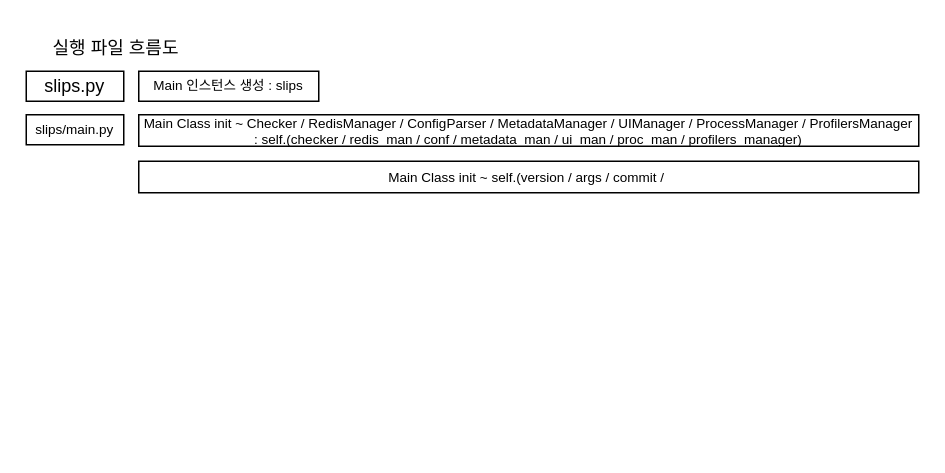
Before: Slips/slips.drawio in NeatyNut/Diagram, a draw.io diagram. Source tidied: cells renumbered, new cells numbered last; positions are measured from the earlier drawing's top-left corner, leaving out a move shared by most shapes. Both pictures are drawn from the tidied source at 150%, with x=0, y=0 at pixel (26, 26).
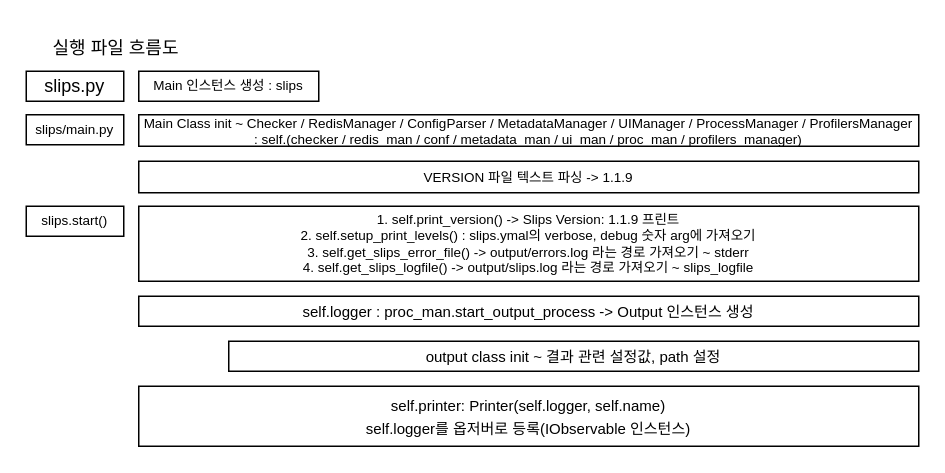
The same page after the edit.

Change to the diagram source:
```diff
@@
 <mxGraphModel>
   <root>
     <mxCell id="0" />
     <mxCell id="1" parent="0" />
     <mxCell id="2" value="실행 파일 흐름도" style="text;html=1;align=center;verticalAlign=middle;whiteSpace=wrap;rounded=0;" parent="1" vertex="1">
       <mxGeometry x="5" width="110" height="30" as="geometry" />
     </mxCell>
     <mxCell id="3" value="slips.py" style="rounded=0;html=1;whiteSpace=wrap;" parent="1" vertex="1">
       <mxGeometry y="30" width="65" height="20" as="geometry" />
     </mxCell>
     <mxCell id="4" value="slips/main.py" style="rounded=0;html=1;whiteSpace=wrap;fontSize=9;" parent="1" vertex="1">
       <mxGeometry y="59" width="65" height="20" as="geometry" />
     </mxCell>
     <mxCell id="5" value="Main 인스턴스 생성 : slips" style="rounded=0;html=1;whiteSpace=wrap;fontSize=9;" parent="1" vertex="1">
       <mxGeometry x="75" y="30" width="120" height="20" as="geometry" />
     </mxCell>
     <mxCell id="6" value="Main Class init ~ Checker / RedisManager / ConfigParser / MetadataManager / UIManager / ProcessManager / ProfilersManager&lt;div&gt;: self.(checker / redis_man / conf / metadata_man / ui_man / proc_man / profilers_manager)&lt;/div&gt;" style="rounded=0;html=1;whiteSpace=wrap;fontSize=9;" parent="1" vertex="1">
       <mxGeometry x="75" y="59" width="520" height="21" as="geometry" />
     </mxCell>
-    <mxCell id="7" value="Main Class init ~ self.(version / args / commit /&amp;nbsp;" style="rounded=0;html=1;whiteSpace=wrap;fontSize=9;" parent="1" vertex="1">
+    <mxCell id="7" value="VERSION 파일 텍스트 파싱 -&amp;gt; 1.1.9" style="rounded=0;html=1;whiteSpace=wrap;fontSize=9;" parent="1" vertex="1">
       <mxGeometry x="75" y="90" width="520" height="21" as="geometry" />
     </mxCell>
+    <mxCell id="8" value="&lt;div&gt;1. self.print_version() -&amp;gt;&amp;nbsp;&lt;span style=&quot;background-color: transparent; color: light-dark(rgb(0, 0, 0), rgb(255, 255, 255));&quot;&gt;Slips Version: 1.1.9 프린트&lt;/span&gt;&lt;/div&gt;&lt;div&gt;2. self.setup_print_levels() : slips.ymal의 verbose, debug 숫자 arg에 가져오기&lt;/div&gt;&lt;div&gt;3. self.get_slips_error_file() -&amp;gt; output/errors.log 라는 경로 가져오기 ~ stderr&lt;/div&gt;&lt;div&gt;4. self.get_slips_logfile() -&amp;gt; output/slips.log 라는 경로 가져오기 ~ slips_logfile&lt;/div&gt;" style="rounded=0;html=1;whiteSpace=wrap;fontSize=9;" parent="1" vertex="1">
+      <mxGeometry x="75" y="120" width="520" height="50" as="geometry" />
+    </mxCell>
+    <mxCell id="9" value="slips.start()" style="rounded=0;html=1;whiteSpace=wrap;fontSize=9;" parent="1" vertex="1">
+      <mxGeometry y="120" width="65" height="20" as="geometry" />
+    </mxCell>
+    <mxCell id="10" value="&lt;font size=&quot;1&quot;&gt;self.logger&amp;nbsp;: proc_man.start_output_process -&amp;gt; Output 인스턴스 생성&lt;/font&gt;" style="rounded=0;whiteSpace=wrap;html=1;" parent="1" vertex="1">
+      <mxGeometry x="75" y="180" width="520" height="20" as="geometry" />
+    </mxCell>
+    <mxCell id="11" value="&lt;font size=&quot;1&quot;&gt;output class init ~ 결과 관련 설정값, path 설정&lt;/font&gt;" style="rounded=0;whiteSpace=wrap;html=1;" parent="1" vertex="1">
+      <mxGeometry x="135" y="210" width="460" height="20" as="geometry" />
+    </mxCell>
+    <mxCell id="12" value="&lt;font size=&quot;1&quot;&gt;self.printer:&amp;nbsp;Printer(self.logger, self.name)&lt;/font&gt;&lt;div&gt;&lt;font size=&quot;1&quot;&gt;self.logger를 옵저버로 등록(&lt;/font&gt;&lt;span style=&quot;background-color: transparent;&quot;&gt;&lt;font size=&quot;1&quot;&gt;IObservable 인스턴스)&lt;/font&gt;&lt;/span&gt;&lt;/div&gt;" style="rounded=0;whiteSpace=wrap;html=1;" parent="1" vertex="1">
+      <mxGeometry x="75" y="240" width="520" height="40" as="geometry" />
+    </mxCell>
   </root>
 </mxGraphModel>
```
